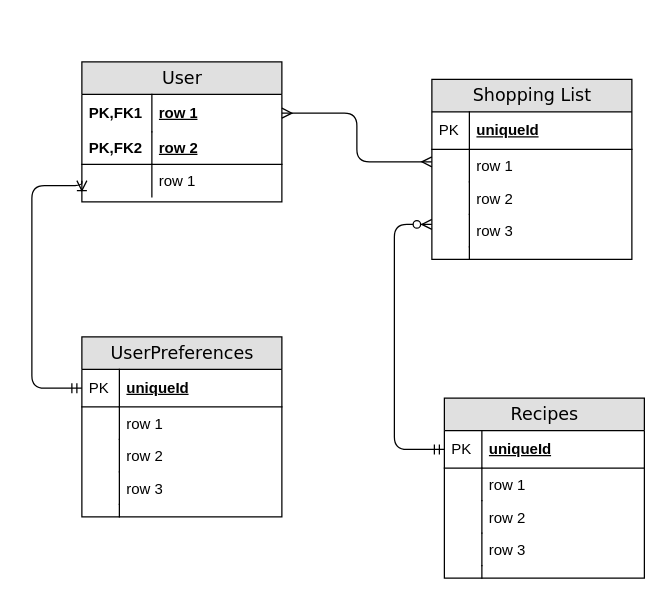
Earlier version of the draw.io diagram Data/Untitled Diagram.drawio (hamptoam/GroceryStoreGroupCapstone). Source tidied: cells renumbered, new cells numbered last; positions are measured from the earlier drawing's top-left corner, leaving out a move shared by most shapes. Both pictures are drawn from the tidied source at 125%, with x=0, y=0 at pixel (31, 61).
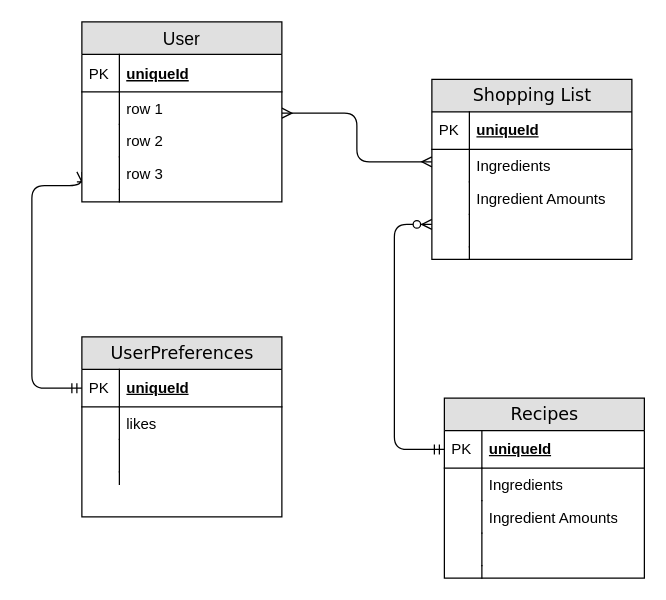
Above is the later version.

Unchanged cells that the change refers to:
```xml
<mxCell id="9" value="Shopping List" style="swimlane;html=1;fontStyle=0;horizontal=1;startSize=26;fillColor=#e0e0e0;swimlaneFillColor=#ffffff;align=center;rounded=0;shadow=0;comic=0;labelBackgroundColor=none;strokeColor=#000000;strokeWidth=1;fontFamily=Verdana;fontSize=14;fontColor=#000000;swimlaneLine=1;" parent="1" vertex="1">
  <mxGeometry x="320" y="14" width="160" height="144" as="geometry" />
</mxCell>
<mxCell id="20" value="UserPreferences" style="swimlane;html=1;fontStyle=0;horizontal=1;startSize=26;fillColor=#e0e0e0;swimlaneFillColor=#ffffff;align=center;rounded=0;shadow=0;comic=0;labelBackgroundColor=none;strokeColor=#000000;strokeWidth=1;fontFamily=Verdana;fontSize=14;fontColor=#000000;" parent="1" vertex="1">
  <mxGeometry x="40" y="220" width="160" height="144" as="geometry" />
</mxCell>
<mxCell id="21" value="uniqueId" style="shape=partialRectangle;top=0;left=0;right=0;bottom=1;html=1;align=left;verticalAlign=middle;fillColor=none;spacingLeft=34;spacingRight=4;whiteSpace=wrap;overflow=hidden;points=[[0,0.5],[1,0.5]];portConstraint=eastwest;fontStyle=5;" parent="20" vertex="1">
  <mxGeometry y="26" width="160" height="30" as="geometry" />
</mxCell>
<mxCell id="31" value="Recipes" style="swimlane;html=1;fontStyle=0;horizontal=1;startSize=26;fillColor=#e0e0e0;swimlaneFillColor=#ffffff;align=center;rounded=0;shadow=0;comic=0;labelBackgroundColor=none;strokeColor=#000000;strokeWidth=1;fontFamily=Verdana;fontSize=14;fontColor=#000000;" parent="1" vertex="1">
  <mxGeometry x="330" y="269" width="160" height="144" as="geometry" />
</mxCell>
```

Diff of the diagram source:
```diff
@@
-    <mxCell id="2" value="User" style="swimlane;html=1;fontStyle=0;horizontal=1;startSize=26;fillColor=#e0e0e0;swimlaneFillColor=#ffffff;align=center;rounded=0;shadow=0;comic=0;labelBackgroundColor=none;strokeColor=#000000;strokeWidth=1;fontFamily=Verdana;fontSize=14;fontColor=#000000;" parent="1" vertex="1">
-      <mxGeometry x="40" width="160" height="112" as="geometry" />
-    </mxCell>
-    <mxCell id="3" value="row 1" style="shape=partialRectangle;top=0;left=0;right=0;bottom=0;html=1;align=left;verticalAlign=middle;fillColor=none;spacingLeft=60;spacingRight=4;whiteSpace=wrap;overflow=hidden;points=[[0,0.5],[1,0.5]];portConstraint=eastwest;fontStyle=5;" parent="2" vertex="1">
-      <mxGeometry y="26" width="160" height="30" as="geometry" />
-    </mxCell>
-    <mxCell id="4" value="PK,FK1" style="shape=partialRectangle;fontStyle=1;top=0;left=0;bottom=0;html=1;fillColor=none;align=left;verticalAlign=middle;spacingLeft=4;spacingRight=4;whiteSpace=wrap;overflow=hidden;" parent="3" vertex="1">
-      <mxGeometry width="56" height="30" as="geometry" />
-    </mxCell>
-    <mxCell id="5" value="row 2" style="shape=partialRectangle;top=0;left=0;right=0;bottom=1;html=1;align=left;verticalAlign=middle;fillColor=none;spacingLeft=60;spacingRight=4;whiteSpace=wrap;overflow=hidden;fontStyle=5;" parent="2" vertex="1">
-      <mxGeometry y="56" width="160" height="26" as="geometry" />
-    </mxCell>
-    <mxCell id="6" value="PK,FK2" style="shape=partialRectangle;fontStyle=1;top=0;left=0;bottom=0;html=1;fillColor=none;align=left;verticalAlign=middle;spacingLeft=4;spacingRight=4;whiteSpace=wrap;overflow=hidden;" parent="5" vertex="1">
-      <mxGeometry width="56" height="26" as="geometry" />
-    </mxCell>
-    <mxCell id="7" value="row 1" style="shape=partialRectangle;top=0;left=0;right=0;bottom=0;html=1;align=left;verticalAlign=top;fillColor=none;spacingLeft=60;spacingRight=4;whiteSpace=wrap;overflow=hidden;points=[[0,0.5],[1,0.5]];portConstraint=eastwest;" parent="2" vertex="1">
-      <mxGeometry y="82" width="160" height="26" as="geometry" />
-    </mxCell>
-    <mxCell id="8" style="shape=partialRectangle;top=0;left=0;bottom=0;html=1;fillColor=none;align=left;verticalAlign=top;spacingLeft=4;spacingRight=4;whiteSpace=wrap;overflow=hidden;" parent="7" vertex="1">
-      <mxGeometry width="56" height="26" as="geometry" />
-    </mxCell>
@@
-    <mxCell id="12" value="row 1" style="shape=partialRectangle;top=0;left=0;right=0;bottom=0;html=1;align=left;verticalAlign=top;fillColor=none;spacingLeft=34;spacingRight=4;whiteSpace=wrap;overflow=hidden;points=[[0,0.5],[1,0.5]];portConstraint=eastwest;" parent="9" vertex="1">
+    <mxCell id="12" value="Ingredients" style="shape=partialRectangle;top=0;left=0;right=0;bottom=0;html=1;align=left;verticalAlign=top;fillColor=none;spacingLeft=34;spacingRight=4;whiteSpace=wrap;overflow=hidden;points=[[0,0.5],[1,0.5]];portConstraint=eastwest;" parent="9" vertex="1">
       <mxGeometry y="56" width="160" height="26" as="geometry" />
     </mxCell>
@@
-    <mxCell id="14" value="row 2" style="shape=partialRectangle;top=0;left=0;right=0;bottom=0;html=1;align=left;verticalAlign=top;fillColor=none;spacingLeft=34;spacingRight=4;whiteSpace=wrap;overflow=hidden;" parent="9" vertex="1">
+    <mxCell id="14" value="Ingredient Amounts" style="shape=partialRectangle;top=0;left=0;right=0;bottom=0;html=1;align=left;verticalAlign=top;fillColor=none;spacingLeft=34;spacingRight=4;whiteSpace=wrap;overflow=hidden;" parent="9" vertex="1">
       <mxGeometry y="82" width="160" height="26" as="geometry" />
     </mxCell>
@@
-    <mxCell id="16" value="row 3" style="shape=partialRectangle;top=0;left=0;right=0;bottom=0;html=1;align=left;verticalAlign=top;fillColor=none;spacingLeft=34;spacingRight=4;whiteSpace=wrap;overflow=hidden;points=[[0,0.5],[1,0.5]];portConstraint=eastwest;" parent="9" vertex="1">
+    <mxCell id="16" style="shape=partialRectangle;top=0;left=0;right=0;bottom=0;html=1;align=left;verticalAlign=top;fillColor=none;spacingLeft=34;spacingRight=4;whiteSpace=wrap;overflow=hidden;points=[[0,0.5],[1,0.5]];portConstraint=eastwest;" parent="9" vertex="1">
       <mxGeometry y="108" width="160" height="26" as="geometry" />
     </mxCell>
@@
-    <mxCell id="23" value="row 1" style="shape=partialRectangle;top=0;left=0;right=0;bottom=0;html=1;align=left;verticalAlign=top;fillColor=none;spacingLeft=34;spacingRight=4;whiteSpace=wrap;overflow=hidden;" parent="20" vertex="1">
+    <mxCell id="23" value="likes" style="shape=partialRectangle;top=0;left=0;right=0;bottom=0;html=1;align=left;verticalAlign=top;fillColor=none;spacingLeft=34;spacingRight=4;whiteSpace=wrap;overflow=hidden;" parent="20" vertex="1">
       <mxGeometry y="56" width="160" height="26" as="geometry" />
     </mxCell>
@@
-    <mxCell id="25" value="row 2" style="shape=partialRectangle;top=0;left=0;right=0;bottom=0;html=1;align=left;verticalAlign=top;fillColor=none;spacingLeft=34;spacingRight=4;whiteSpace=wrap;overflow=hidden;" parent="20" vertex="1">
-      <mxGeometry y="82" width="160" height="26" as="geometry" />
-    </mxCell>
-    <mxCell id="26" style="shape=partialRectangle;top=0;left=0;bottom=0;html=1;fillColor=none;align=left;verticalAlign=top;spacingLeft=4;spacingRight=4;whiteSpace=wrap;overflow=hidden;" parent="25" vertex="1">
-      <mxGeometry width="30" height="26" as="geometry" />
-    </mxCell>
-    <mxCell id="27" value="row 3" style="shape=partialRectangle;top=0;left=0;right=0;bottom=0;html=1;align=left;verticalAlign=top;fillColor=none;spacingLeft=34;spacingRight=4;whiteSpace=wrap;overflow=hidden;" parent="20" vertex="1">
-      <mxGeometry y="108" width="160" height="26" as="geometry" />
+    <mxCell id="27" style="shape=partialRectangle;top=0;left=0;right=0;bottom=0;html=1;align=left;verticalAlign=top;fillColor=none;spacingLeft=34;spacingRight=4;whiteSpace=wrap;overflow=hidden;" parent="20" vertex="1">
+      <mxGeometry y="82" width="160" height="26" as="geometry" />
     </mxCell>
@@
     <mxCell id="29" style="shape=partialRectangle;top=0;left=0;right=0;bottom=0;html=1;align=left;verticalAlign=top;fillColor=none;spacingLeft=34;spacingRight=4;whiteSpace=wrap;overflow=hidden;" parent="20" vertex="1">
-      <mxGeometry y="134" width="160" height="10" as="geometry" />
+      <mxGeometry y="108" width="160" height="10" as="geometry" />
     </mxCell>
@@
-    <mxCell id="34" value="row 1" style="shape=partialRectangle;top=0;left=0;right=0;bottom=0;html=1;align=left;verticalAlign=top;fillColor=none;spacingLeft=34;spacingRight=4;whiteSpace=wrap;overflow=hidden;" parent="31" vertex="1">
+    <mxCell id="34" value="Ingredients" style="shape=partialRectangle;top=0;left=0;right=0;bottom=0;html=1;align=left;verticalAlign=top;fillColor=none;spacingLeft=34;spacingRight=4;whiteSpace=wrap;overflow=hidden;" parent="31" vertex="1">
       <mxGeometry y="56" width="160" height="26" as="geometry" />
     </mxCell>
@@
-    <mxCell id="36" value="row 2" style="shape=partialRectangle;top=0;left=0;right=0;bottom=0;html=1;align=left;verticalAlign=top;fillColor=none;spacingLeft=34;spacingRight=4;whiteSpace=wrap;overflow=hidden;" parent="31" vertex="1">
+    <mxCell id="36" value="Ingredient Amounts" style="shape=partialRectangle;top=0;left=0;right=0;bottom=0;html=1;align=left;verticalAlign=top;fillColor=none;spacingLeft=34;spacingRight=4;whiteSpace=wrap;overflow=hidden;" parent="31" vertex="1">
       <mxGeometry y="82" width="160" height="26" as="geometry" />
     </mxCell>
@@
-    <mxCell id="38" value="row 3" style="shape=partialRectangle;top=0;left=0;right=0;bottom=0;html=1;align=left;verticalAlign=top;fillColor=none;spacingLeft=34;spacingRight=4;whiteSpace=wrap;overflow=hidden;" parent="31" vertex="1">
+    <mxCell id="38" style="shape=partialRectangle;top=0;left=0;right=0;bottom=0;html=1;align=left;verticalAlign=top;fillColor=none;spacingLeft=34;spacingRight=4;whiteSpace=wrap;overflow=hidden;" parent="31" vertex="1">
       <mxGeometry y="108" width="160" height="26" as="geometry" />
     </mxCell>
@@
-    <mxCell id="42" style="edgeStyle=orthogonalEdgeStyle;html=1;endArrow=ERoneToMany;startArrow=ERmandOne;labelBackgroundColor=none;fontFamily=Verdana;fontSize=14;entryX=0;entryY=0.5;exitX=0;exitY=0.5;" parent="1" edge="1" source="21" target="7">
+    <mxCell id="42" style="edgeStyle=orthogonalEdgeStyle;html=1;endArrow=ERoneToMany;startArrow=ERmandOne;labelBackgroundColor=none;fontFamily=Verdana;fontSize=14;entryX=0;entryY=0.5;exitX=0;exitY=0.5;" parent="1" edge="1" source="21">
       <mxGeometry relative="1" as="geometry">
+        <mxPoint x="40" y="88" as="targetPoint" />
         <Array as="points">
           <mxPoint y="261" />
           <mxPoint y="99" />
         </Array>
       </mxGeometry>
     </mxCell>
-    <mxCell id="43" style="edgeStyle=orthogonalEdgeStyle;html=1;endArrow=ERmany;startArrow=ERmany;labelBackgroundColor=none;fontFamily=Verdana;fontSize=14;entryX=1;entryY=0.5;exitX=0;exitY=0.383;exitPerimeter=0;" parent="1" edge="1" source="12" target="3">
+    <mxCell id="43" style="edgeStyle=orthogonalEdgeStyle;html=1;endArrow=ERmany;startArrow=ERmany;labelBackgroundColor=none;fontFamily=Verdana;fontSize=14;entryX=1;entryY=0.5;exitX=0;exitY=0.383;exitPerimeter=0;" parent="1" edge="1" source="12">
       <mxGeometry relative="1" as="geometry">
+        <mxPoint x="200" y="41" as="targetPoint" />
         <Array as="points">
           <mxPoint x="260" y="80" />
           <mxPoint x="260" y="41" />
         </Array>
       </mxGeometry>
     </mxCell>
@@
+    <mxCell id="2" value="User" style="swimlane;fontStyle=0;horizontal=1;startSize=26;fillColor=#e0e0e0;swimlaneFillColor=#ffffff;align=center;fontSize=14;" parent="1" vertex="1">
+      <mxGeometry x="40" y="-32" width="160" height="144" as="geometry" />
+    </mxCell>
+    <mxCell id="45" value="uniqueId" style="shape=partialRectangle;top=0;left=0;right=0;bottom=1;align=left;verticalAlign=middle;fillColor=none;spacingLeft=34;spacingRight=4;overflow=hidden;fontStyle=5;fontSize=12;" parent="2" vertex="1">
+      <mxGeometry y="26" width="160" height="30" as="geometry" />
+    </mxCell>
+    <mxCell id="46" value="PK" style="shape=partialRectangle;top=0;left=0;bottom=0;fillColor=none;align=left;verticalAlign=middle;spacingLeft=4;spacingRight=4;overflow=hidden;fontSize=12;" parent="45" vertex="1">
+      <mxGeometry width="30" height="30" as="geometry" />
+    </mxCell>
+    <mxCell id="47" value="row 1" style="shape=partialRectangle;top=0;left=0;right=0;bottom=0;align=left;verticalAlign=top;fillColor=none;spacingLeft=34;spacingRight=4;overflow=hidden;fontSize=12;" parent="2" vertex="1">
+      <mxGeometry y="56" width="160" height="26" as="geometry" />
+    </mxCell>
+    <mxCell id="48" style="shape=partialRectangle;top=0;left=0;bottom=0;fillColor=none;align=left;verticalAlign=top;spacingLeft=4;spacingRight=4;overflow=hidden;fontSize=12;" parent="47" vertex="1">
+      <mxGeometry width="30" height="26" as="geometry" />
+    </mxCell>
+    <mxCell id="49" value="row 2" style="shape=partialRectangle;top=0;left=0;right=0;bottom=0;align=left;verticalAlign=top;fillColor=none;spacingLeft=34;spacingRight=4;overflow=hidden;fontSize=12;" parent="2" vertex="1">
+      <mxGeometry y="82" width="160" height="26" as="geometry" />
+    </mxCell>
+    <mxCell id="50" style="shape=partialRectangle;top=0;left=0;bottom=0;fillColor=none;align=left;verticalAlign=top;spacingLeft=4;spacingRight=4;overflow=hidden;fontSize=12;" parent="49" vertex="1">
+      <mxGeometry width="30" height="26" as="geometry" />
+    </mxCell>
+    <mxCell id="51" value="row 3" style="shape=partialRectangle;top=0;left=0;right=0;bottom=0;align=left;verticalAlign=top;fillColor=none;spacingLeft=34;spacingRight=4;overflow=hidden;fontSize=12;" parent="2" vertex="1">
+      <mxGeometry y="108" width="160" height="26" as="geometry" />
+    </mxCell>
+    <mxCell id="52" style="shape=partialRectangle;top=0;left=0;bottom=0;fillColor=none;align=left;verticalAlign=top;spacingLeft=4;spacingRight=4;overflow=hidden;fontSize=12;" parent="51" vertex="1">
+      <mxGeometry width="30" height="26" as="geometry" />
+    </mxCell>
+    <mxCell id="53" style="shape=partialRectangle;top=0;left=0;right=0;bottom=0;align=left;verticalAlign=top;fillColor=none;spacingLeft=34;spacingRight=4;overflow=hidden;fontSize=12;" parent="2" vertex="1">
+      <mxGeometry y="134" width="160" height="10" as="geometry" />
+    </mxCell>
+    <mxCell id="54" style="shape=partialRectangle;top=0;left=0;bottom=0;fillColor=none;align=left;verticalAlign=top;spacingLeft=4;spacingRight=4;overflow=hidden;fontSize=12;" parent="53" vertex="1">
+      <mxGeometry width="30" height="10" as="geometry" />
+    </mxCell>
```
